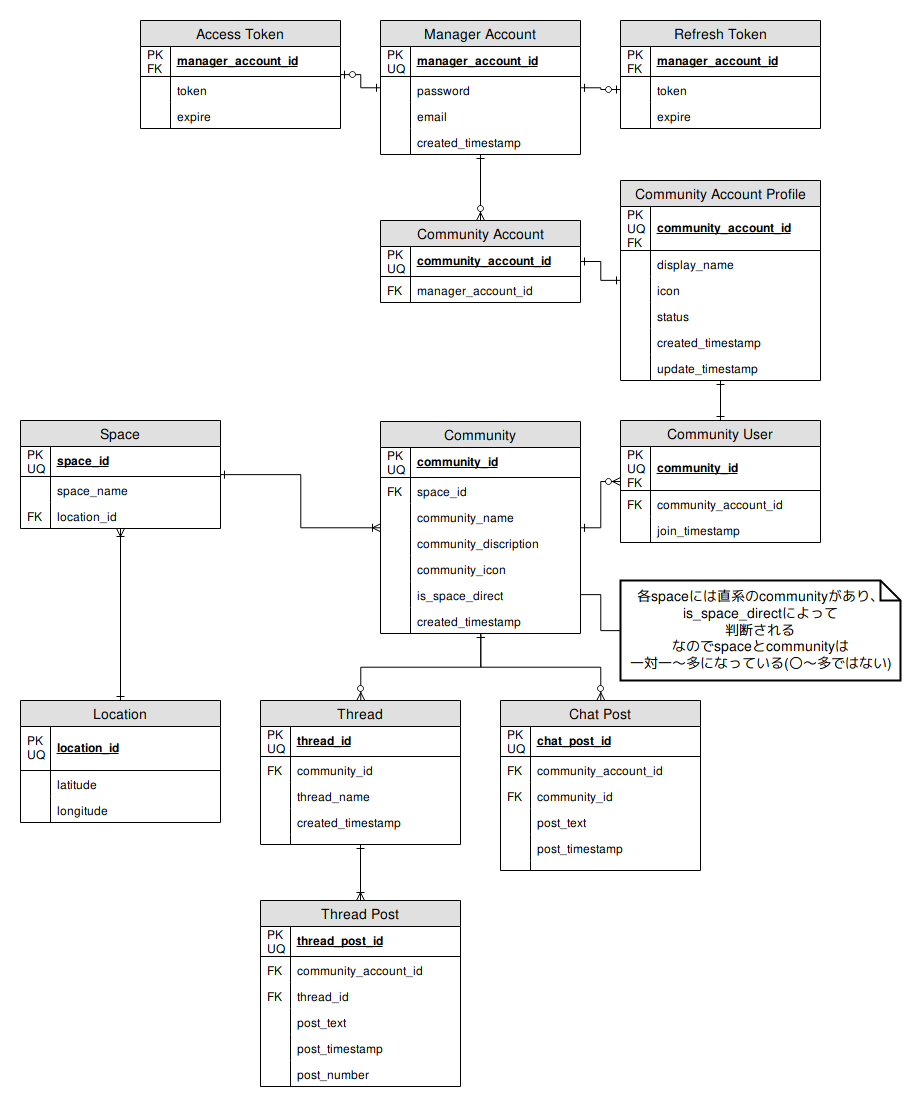
Earlier version of the draw.io export docs/commupace_db.png (Marco3jp/commupace). Source tidied: cells renumbered, new cells last; positions are measured from the earlier drawing's top-left corner, leaving out a move shared by most shapes.
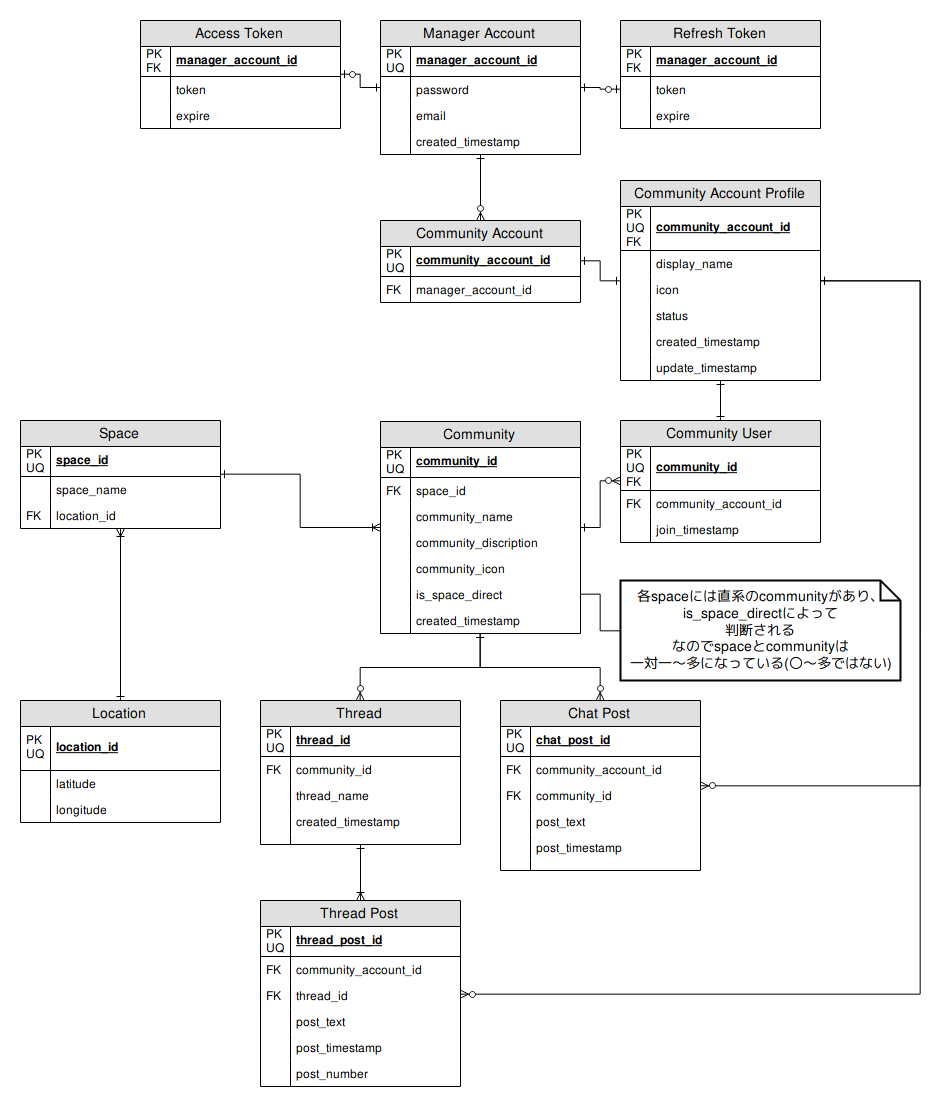
After the change.

Commit message:
コミュニティアカウントの関係を記載し忘れていたので修正

The edit, as a diff of the source:
```diff
@@ -77,6 +77,22 @@
     <mxCell id="26" style="shape=partialRectangle;top=0;left=0;bottom=0;fillColor=none;align=left;verticalAlign=top;spacingLeft=4;spacingRight=4;overflow=hidden;fontSize=12;" parent="25" vertex="1">
       <mxGeometry width="30" height="26" as="geometry" />
     </mxCell>
+    <mxCell id="129" style="edgeStyle=orthogonalEdgeStyle;rounded=0;jettySize=auto;html=1;startArrow=ERone;startFill=0;endArrow=ERzeroToMany;endFill=1;" parent="1" edge="1" source="27" target="114">
+      <mxGeometry relative="1" as="geometry">
+        <Array as="points">
+          <mxPoint x="900" y="260" />
+          <mxPoint x="900" y="973" />
+        </Array>
+      </mxGeometry>
+    </mxCell>
+    <mxCell id="130" style="edgeStyle=orthogonalEdgeStyle;rounded=0;jettySize=auto;html=1;startArrow=ERone;startFill=0;endArrow=ERzeroToMany;endFill=1;" parent="1" edge="1" source="27" target="88">
+      <mxGeometry relative="1" as="geometry">
+        <Array as="points">
+          <mxPoint x="900" y="260" />
+          <mxPoint x="900" y="766" />
+        </Array>
+      </mxGeometry>
+    </mxCell>
     <mxCell id="27" value="Community Account Profile" style="swimlane;fontStyle=0;horizontal=1;startSize=26;fillColor=#e0e0e0;swimlaneFillColor=#ffffff;align=center;fontSize=14;" parent="1" vertex="1">
       <mxGeometry x="600" y="160" width="200" height="200" as="geometry" />
     </mxCell>
```
